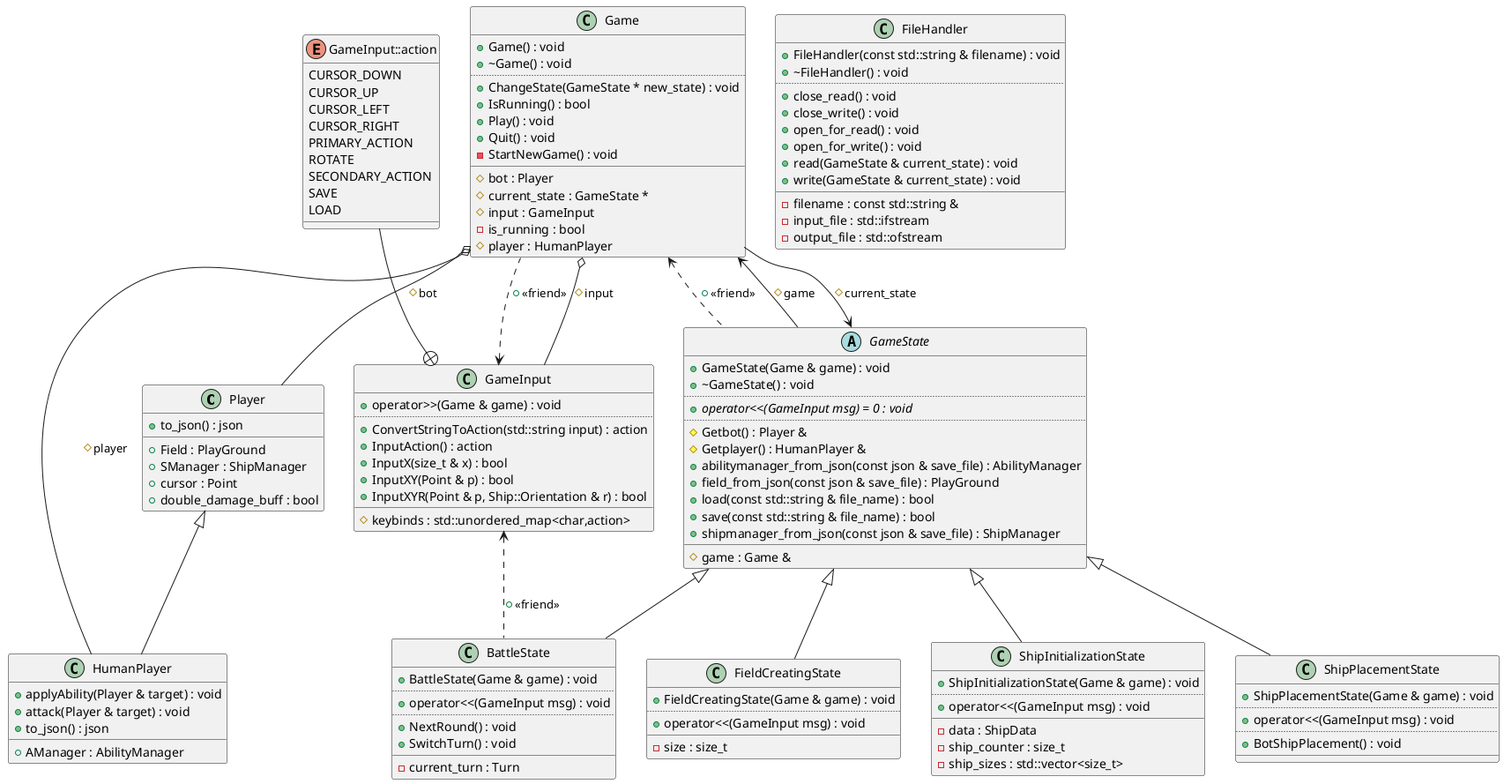
Above: diagrams/game-diagram.png in Berletm/SeaBattleOOP (PlantUML), before the change.
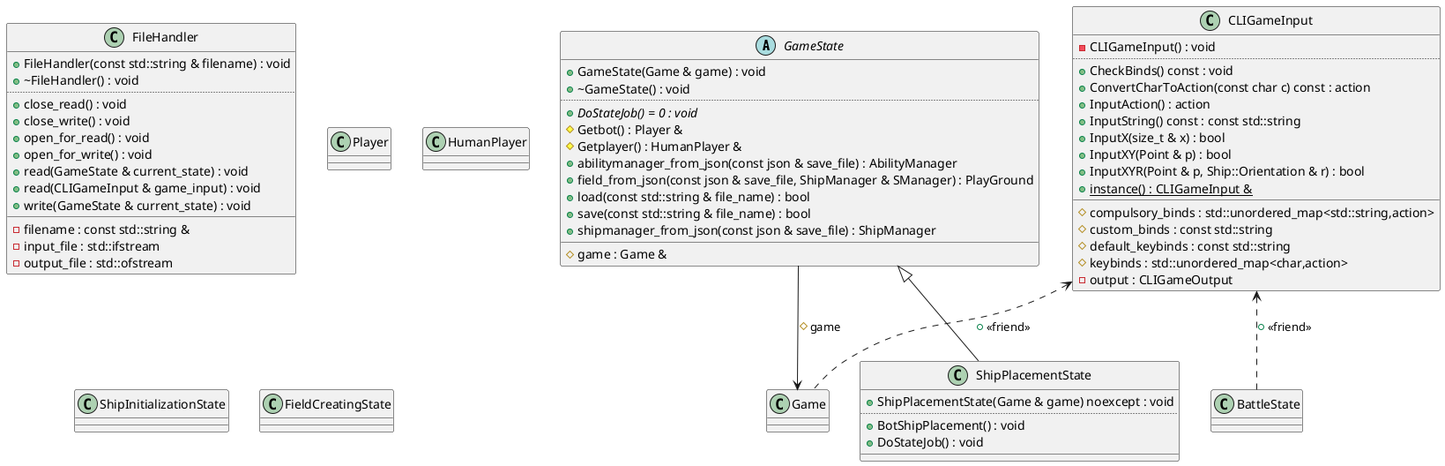
Later version of the same file.

The edit, as a diff of the source:
```diff
@@ -1,61 +1,38 @@
 @startuml
-class "Player" as C_0003605716991605700936
-class C_0003605716991605700936 {
-+to_json() : json
-__
-+Field : PlayGround
-+SManager : ShipManager
-+cursor : Point
-+double_damage_buff : bool
-}
-class "HumanPlayer" as C_0006734864703741281718
-class C_0006734864703741281718 {
-+applyAbility(Player & target) : void
-+attack(Player & target) : void
-+to_json() : json
-__
-+AManager : AbilityManager
-}
-class "GameInput" as C_0004247110065670081973
-class C_0004247110065670081973 {
-+operator>>(Game & game) : void
-..
-+ConvertStringToAction(std::string input) : action
-+InputAction() : action
-+InputX(size_t & x) : bool
-+InputXY(Point & p) : bool
-+InputXYR(Point & p, Ship::Orientation & r) : bool
-__
-#keybinds : std::unordered_map<char,action>
-}
-enum "GameInput::action" as C_0016022673017162080147
-enum C_0016022673017162080147 {
-CURSOR_DOWN
-CURSOR_UP
-CURSOR_LEFT
-CURSOR_RIGHT
-PRIMARY_ACTION
-ROTATE
-SECONDARY_ACTION
-SAVE
-LOAD
-}
 abstract "GameState" as C_0004356735495323104445
 abstract C_0004356735495323104445 {
 +GameState(Game & game) : void
 +~GameState() : void
 ..
-{abstract} +operator<<(GameInput msg) = 0 : void
-..
+{abstract} +DoStateJob() = 0 : void
 #Getbot() : Player &
 #Getplayer() : HumanPlayer &
 +abilitymanager_from_json(const json & save_file) : AbilityManager
-+field_from_json(const json & save_file) : PlayGround
++field_from_json(const json & save_file, ShipManager & SManager) : PlayGround
 +load(const std::string & file_name) : bool
 +save(const std::string & file_name) : bool
 +shipmanager_from_json(const json & save_file) : ShipManager
 __
 #game : Game &
+}
+class "CLIGameInput" as C_0003955630828458704801
+class C_0003955630828458704801 {
+-CLIGameInput() : void
+..
++CheckBinds() const : void
++ConvertCharToAction(const char c) const : action
++InputAction() : action
++InputString() const : const std::string
++InputX(size_t & x) : bool
++InputXY(Point & p) : bool
++InputXYR(Point & p, Ship::Orientation & r) : bool
+{static} +instance() : CLIGameInput &
+__
+#compulsory_binds : std::unordered_map<std::string,action>
+#custom_binds : const std::string
+#default_keybinds : const std::string
+#keybinds : std::unordered_map<char,action>
+-output : CLIGameOutput
 }
 class "FileHandler" as C_0002918291441898942593
 class C_0002918291441898942593 {
@@ -67,85 +44,49 @@
 +open_for_read() : void
 +open_for_write() : void
 +read(GameState & current_state) : void
++read(CLIGameInput & game_input) : void
 +write(GameState & current_state) : void
 __
 -filename : const std::string &
 -input_file : std::ifstream
 -output_file : std::ofstream
 }
+class "Player" as C_0003605716991605700936
+class C_0003605716991605700936 {
+__
+}
+class "HumanPlayer" as C_0006734864703741281718
+class C_0006734864703741281718 {
+__
+}
 class "BattleState" as C_0008183552386718209794
 class C_0008183552386718209794 {
-+BattleState(Game & game) : void
-..
-+operator<<(GameInput msg) : void
-..
-+NextRound() : void
-+SwitchTurn() : void
 __
--current_turn : Turn
 }
 class "Game" as C_0017470460303031448044
 class C_0017470460303031448044 {
-+Game() : void
-+~Game() : void
-..
-+ChangeState(GameState * new_state) : void
-+IsRunning() : bool
-+Play() : void
-+Quit() : void
--StartNewGame() : void
 __
-#bot : Player
-#current_state : GameState *
-#input : GameInput
--is_running : bool
-#player : HumanPlayer
 }
 class "ShipPlacementState" as C_0016491408947504022071
 class C_0016491408947504022071 {
-+ShipPlacementState(Game & game) : void
-..
-+operator<<(GameInput msg) : void
++ShipPlacementState(Game & game) noexcept : void
 ..
 +BotShipPlacement() : void
++DoStateJob() : void
+__
+}
+class "ShipInitializationState" as C_0011364344354936028514
+class C_0011364344354936028514 {
 __
 }
 class "FieldCreatingState" as C_0012851784163152180326
 class C_0012851784163152180326 {
-+FieldCreatingState(Game & game) : void
-..
-+operator<<(GameInput msg) : void
 __
--size : size_t
 }
-class "ShipInitializationState" as C_0011364344354936028514
-class C_0011364344354936028514 {
-+ShipInitializationState(Game & game) : void
-..
-+operator<<(GameInput msg) : void
-__
--data : ShipData
--ship_counter : size_t
--ship_sizes : std::vector<size_t>
-}
-C_0003605716991605700936 <|-- C_0006734864703741281718
-
-C_0004247110065670081973 <.. C_0017470460303031448044 : +<<friend>>
-C_0004247110065670081973 <.. C_0008183552386718209794 : +<<friend>>
-C_0016022673017162080147 --+ C_0004247110065670081973
 C_0004356735495323104445 --> C_0017470460303031448044 : #game
-C_0004356735495323104445 <|-- C_0008183552386718209794
-
-C_0017470460303031448044 o-- C_0004247110065670081973 : #input
-C_0017470460303031448044 o-- C_0003605716991605700936 : #bot
-C_0017470460303031448044 o-- C_0006734864703741281718 : #player
-C_0017470460303031448044 --> C_0004356735495323104445 : #current_state
-C_0017470460303031448044 <.. C_0004356735495323104445 : +<<friend>>
+C_0003955630828458704801 <.. C_0017470460303031448044 : +<<friend>>
+C_0003955630828458704801 <.. C_0008183552386718209794 : +<<friend>>
 C_0004356735495323104445 <|-- C_0016491408947504022071
-
-C_0004356735495323104445 <|-- C_0012851784163152180326
-
-C_0004356735495323104445 <|-- C_0011364344354936028514
 
 
 @enduml
```
